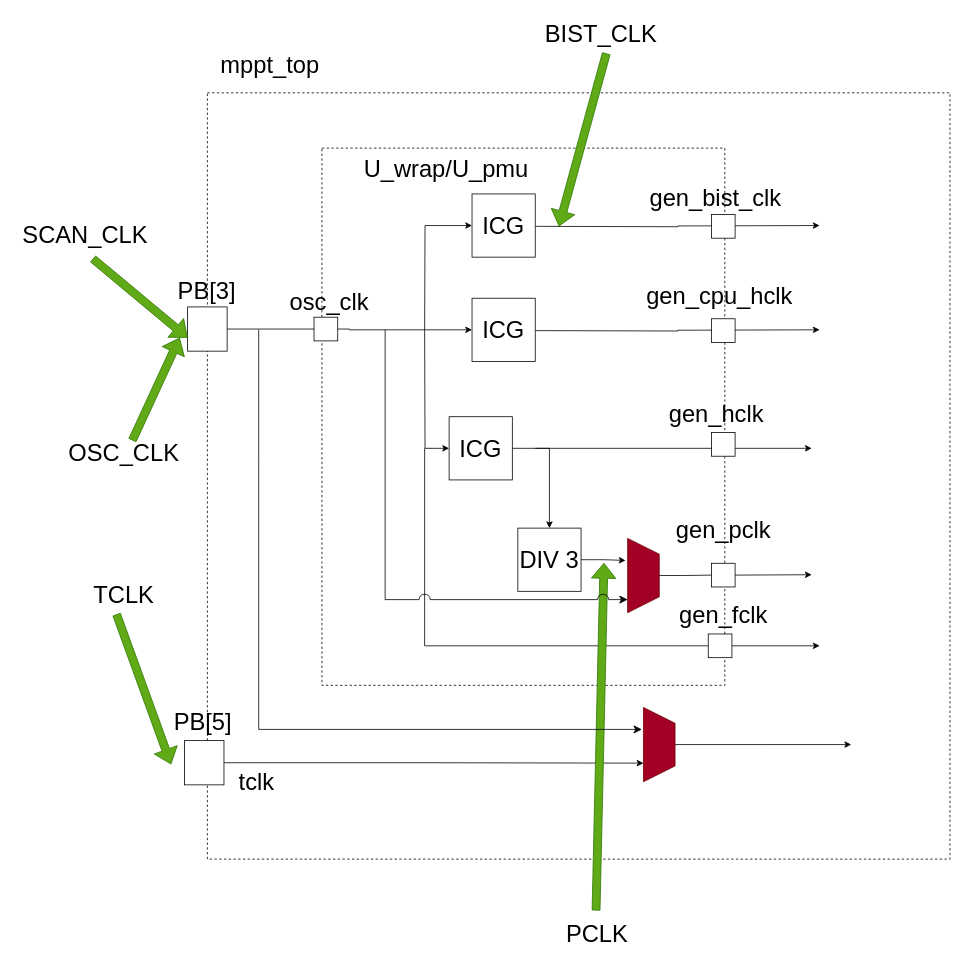
Earlier version of the draw.io diagram 未命名绘图.drawio (LordKirigiri/hello-world). Source tidied: cells renumbered, new cells numbered last; positions are measured from the earlier drawing's top-left corner, leaving out a move shared by most shapes. Both pictures are drawn from the tidied source at 79%, with x=0, y=0 at pixel (13, 13).
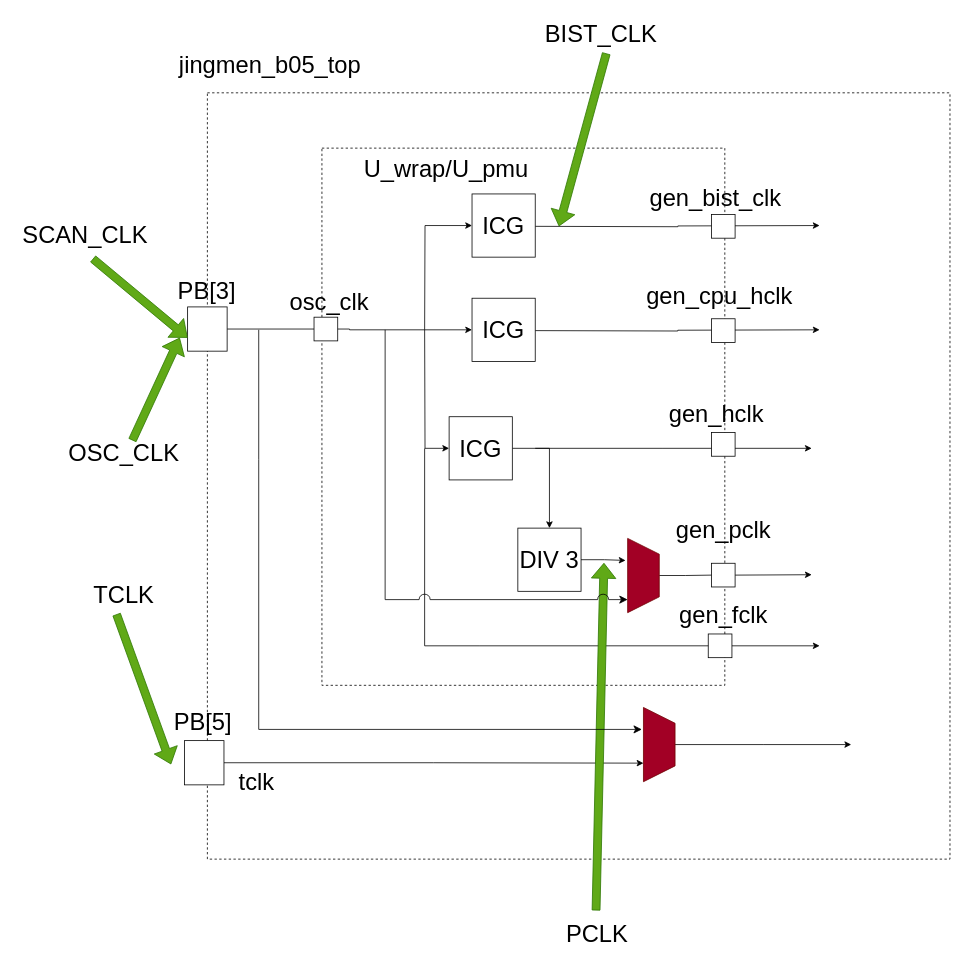
The same page after the edit.

What changed in the source:
```diff
@@
-    <mxCell id="53" value="&lt;font style=&quot;font-size: 30px;&quot;&gt;mppt_top&lt;br&gt;&lt;/font&gt;" style="text;html=1;align=center;verticalAlign=middle;strokeColor=none;fillColor=none;" parent="1" vertex="1">
-      <mxGeometry x="249" y="40" width="150" height="50" as="geometry" />
+    <mxCell id="53" value="&lt;font style=&quot;font-size: 30px;&quot;&gt;jingmen_b05_top&lt;br&gt;&lt;/font&gt;" style="text;html=1;align=center;verticalAlign=middle;strokeColor=none;fillColor=none;" parent="1" vertex="1">
+      <mxGeometry x="199" y="40" width="250" height="50" as="geometry" />
     </mxCell>
```
